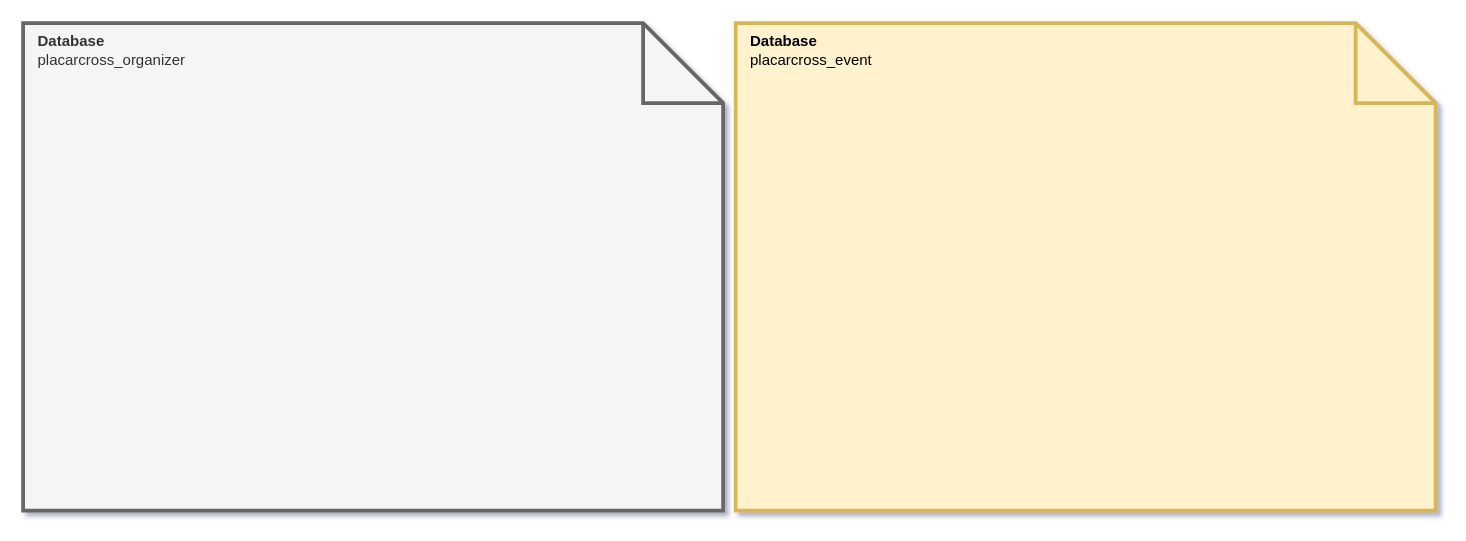
Earlier version of the draw.io diagram page "DB - ORGANIZER" (1 of 4) of relacionamento.drawio (sandromaia87/crossfit). Source tidied: cells renumbered, new cells numbered last; positions are measured from the earlier drawing's top-left corner, leaving out a move shared by most shapes. Both pictures are drawn from the tidied source at 125%, with x=0, y=0 at pixel (22, 22).
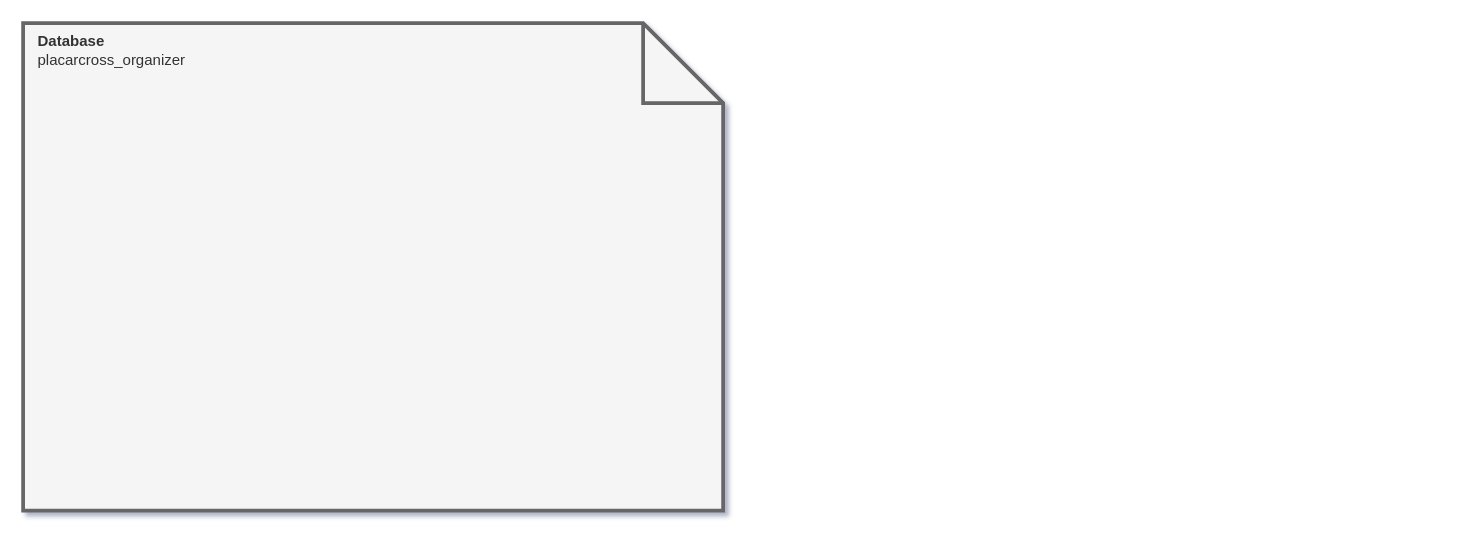
Above is the later version.

Change to the diagram source:
```diff
@@
 <mxGraphModel shadow="1">
   <root>
     <mxCell id="0" />
     <mxCell id="1" parent="0" />
-    <mxCell id="2" value="&lt;div&gt;&amp;nbsp;&amp;nbsp; &lt;b&gt;Database&lt;/b&gt;&lt;br&gt;&lt;/div&gt;&lt;div&gt;&amp;nbsp;&amp;nbsp; placarcross_event&lt;br&gt;&lt;/div&gt;&lt;div&gt;&lt;br&gt;&lt;/div&gt;&lt;div&gt;&lt;br&gt;&lt;/div&gt;&lt;div&gt;&lt;br&gt;&lt;/div&gt;&lt;div&gt;&lt;br&gt;&lt;/div&gt;&lt;div&gt;&lt;br&gt;&lt;/div&gt;&lt;div&gt;&lt;br&gt;&lt;/div&gt;&lt;div&gt;&lt;br&gt;&lt;/div&gt;&lt;div&gt;&lt;br&gt;&lt;/div&gt;&lt;div&gt;&lt;br&gt;&lt;/div&gt;&lt;div&gt;&lt;br&gt;&lt;/div&gt;&lt;div&gt;&lt;br&gt;&lt;/div&gt;&lt;div&gt;&lt;br&gt;&lt;/div&gt;&lt;div&gt;&lt;br&gt;&lt;/div&gt;&lt;div&gt;&lt;br&gt;&lt;/div&gt;&lt;div&gt;&lt;br&gt;&lt;/div&gt;&lt;div&gt;&lt;br&gt;&lt;/div&gt;&lt;div&gt;&lt;br&gt;&lt;/div&gt;&lt;div&gt;&lt;br&gt;&lt;/div&gt;&lt;div&gt;&lt;br&gt;&lt;/div&gt;&lt;div&gt;&lt;br&gt;&lt;/div&gt;&lt;div&gt;&lt;br&gt;&lt;/div&gt;&lt;div&gt;&lt;br&gt;&lt;/div&gt;&lt;div&gt;&lt;br&gt;&lt;/div&gt;&lt;div&gt;&lt;br&gt;&lt;/div&gt;" style="shape=note;size=64;whiteSpace=wrap;html=1;align=left;fillColor=#fff2cc;strokeColor=#d6b656;strokeWidth=3;" parent="1" vertex="1">
-      <mxGeometry x="570" width="560" height="390" as="geometry" />
-    </mxCell>
     <mxCell id="3" value="&lt;div&gt;&amp;nbsp;&amp;nbsp; &lt;b&gt;Database&lt;/b&gt; &lt;br&gt;&lt;/div&gt;&lt;div&gt;&amp;nbsp;&amp;nbsp; placarcross_organizer&lt;br&gt;&lt;/div&gt;&lt;div&gt;&lt;br&gt;&lt;/div&gt;&lt;div&gt;&lt;br&gt;&lt;/div&gt;&lt;div&gt;&lt;br&gt;&lt;/div&gt;&lt;div&gt;&lt;br&gt;&lt;/div&gt;&lt;div&gt;&lt;br&gt;&lt;/div&gt;&lt;div&gt;&lt;br&gt;&lt;/div&gt;&lt;div&gt;&lt;br&gt;&lt;/div&gt;&lt;div&gt;&lt;br&gt;&lt;/div&gt;&lt;div&gt;&lt;br&gt;&lt;/div&gt;&lt;div&gt;&lt;br&gt;&lt;/div&gt;&lt;div&gt;&lt;br&gt;&lt;/div&gt;&lt;div&gt;&lt;br&gt;&lt;/div&gt;&lt;div&gt;&lt;br&gt;&lt;/div&gt;&lt;div&gt;&lt;br&gt;&lt;/div&gt;&lt;div&gt;&lt;br&gt;&lt;/div&gt;&lt;div&gt;&lt;br&gt;&lt;/div&gt;&lt;div&gt;&lt;br&gt;&lt;/div&gt;&lt;div&gt;&lt;br&gt;&lt;/div&gt;&lt;div&gt;&lt;br&gt;&lt;/div&gt;&lt;div&gt;&lt;br&gt;&lt;/div&gt;&lt;div&gt;&lt;br&gt;&lt;/div&gt;&lt;div&gt;&lt;br&gt;&lt;/div&gt;&lt;div&gt;&lt;br&gt;&lt;/div&gt;&lt;div&gt;&lt;br&gt;&lt;/div&gt;" style="shape=note;size=64;whiteSpace=wrap;html=1;align=left;fillColor=#f5f5f5;fontColor=#333333;strokeColor=#666666;gradientColor=none;strokeWidth=3;" parent="1" vertex="1">
       <mxGeometry width="560" height="390" as="geometry" />
     </mxCell>
   </root>
 </mxGraphModel>
```
